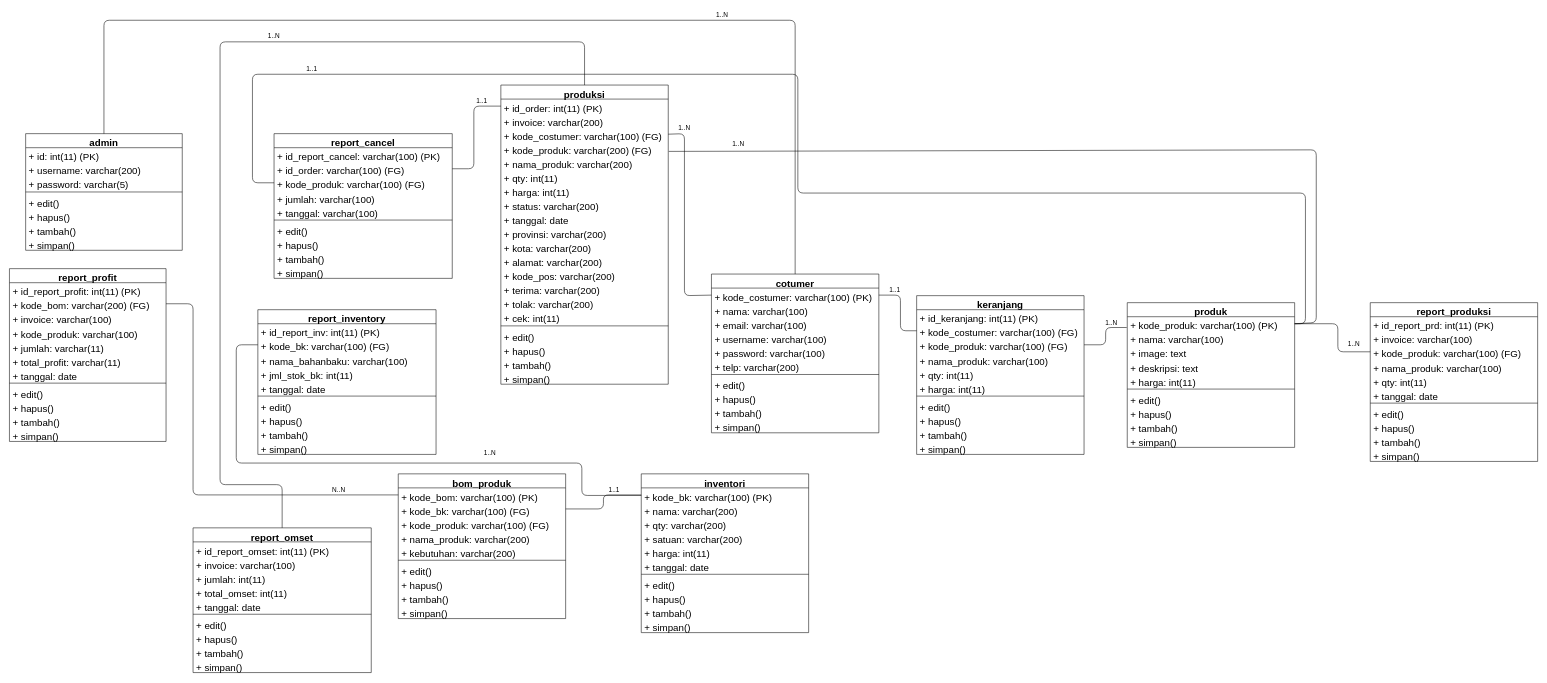
Earlier version of the draw.io diagram page "CD" (2 of 25) of SKRIPSI TOKO KUE/ARSIP/FILE MASTER DESAIN/DIAGRAM SKRIPSI TOKO KUE.drawio (Khairul122/JK-WebTokoOnlineRoti-ED). Source tidied: cells renumbered, new cells numbered last; positions are measured from the earlier drawing's top-left corner, leaving out a move shared by most shapes. Both pictures are drawn from the tidied source at 54%, with x=0, y=0 at pixel (9, 9).
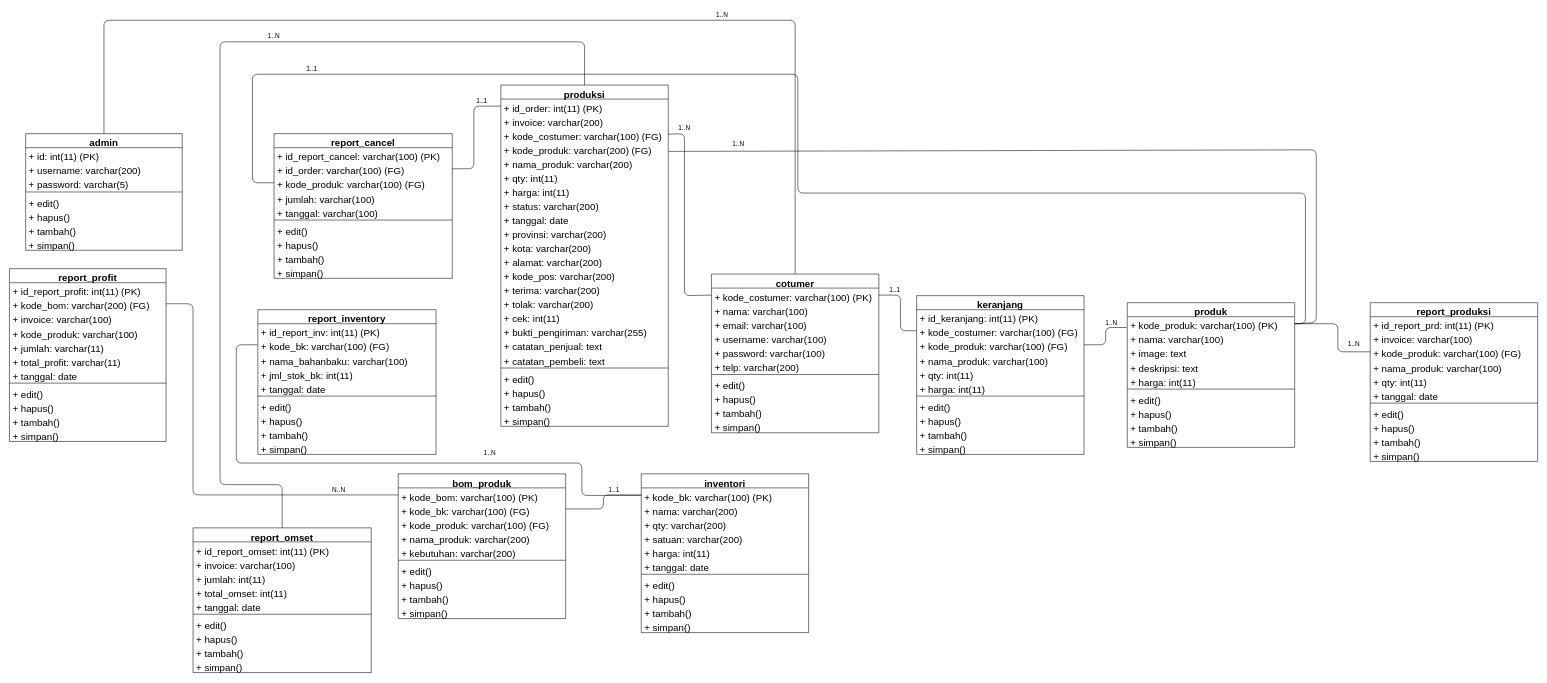
The same page after the edit.

What changed in the source:
```diff
@@
     <mxCell id="75" value="produksi" style="swimlane;fontStyle=1;align=center;verticalAlign=top;horizontal=1;startSize=26;fontSize=18;" parent="1" vertex="1">
-      <mxGeometry x="910" y="140" width="310" height="554" as="geometry" />
+      <mxGeometry x="910" y="140" width="310" height="632" as="geometry" />
     </mxCell>
@@
+    <mxCell id="173" value="+ bukti_pengiriman: varchar(255)" style="text;align=left;verticalAlign=top;spacingLeft=4;spacingRight=4;overflow=hidden;fontSize=18;" parent="75" vertex="1">
+      <mxGeometry y="442" width="310" height="26" as="geometry" />
+    </mxCell>
+    <mxCell id="174" value="+ catatan_penjual: text" style="text;align=left;verticalAlign=top;spacingLeft=4;spacingRight=4;overflow=hidden;fontSize=18;" parent="75" vertex="1">
+      <mxGeometry y="468" width="310" height="26" as="geometry" />
+    </mxCell>
+    <mxCell id="175" value="+ catatan_pembeli: text" style="text;align=left;verticalAlign=top;spacingLeft=4;spacingRight=4;overflow=hidden;fontSize=18;" parent="75" vertex="1">
+      <mxGeometry y="494" width="310" height="26" as="geometry" />
+    </mxCell>
     <mxCell id="92" style="line;strokeWidth=1;align=left;verticalAlign=middle;spacingTop=-1;spacingLeft=3;spacingRight=3;labelPosition=right;fontSize=18;" parent="75" vertex="1">
-      <mxGeometry y="442" width="310" height="8" as="geometry" />
+      <mxGeometry y="520" width="310" height="8" as="geometry" />
     </mxCell>
     <mxCell id="93" value="+ edit()&#10;" style="text;align=left;verticalAlign=top;spacingLeft=4;spacingRight=4;overflow=hidden;fontSize=18;" parent="75" vertex="1">
-      <mxGeometry y="450" width="310" height="26" as="geometry" />
+      <mxGeometry y="528" width="310" height="26" as="geometry" />
     </mxCell>
     <mxCell id="94" value="+ hapus()" style="text;align=left;verticalAlign=top;spacingLeft=4;spacingRight=4;overflow=hidden;fontSize=18;" parent="75" vertex="1">
-      <mxGeometry y="476" width="310" height="26" as="geometry" />
+      <mxGeometry y="554" width="310" height="26" as="geometry" />
     </mxCell>
     <mxCell id="95" value="+ tambah()" style="text;align=left;verticalAlign=top;spacingLeft=4;spacingRight=4;overflow=hidden;fontSize=18;" parent="75" vertex="1">
-      <mxGeometry y="502" width="310" height="26" as="geometry" />
+      <mxGeometry y="580" width="310" height="26" as="geometry" />
     </mxCell>
     <mxCell id="96" value="+ simpan()" style="text;align=left;verticalAlign=top;spacingLeft=4;spacingRight=4;overflow=hidden;fontSize=18;" parent="75" vertex="1">
-      <mxGeometry y="528" width="310" height="26" as="geometry" />
+      <mxGeometry y="606" width="310" height="26" as="geometry" />
     </mxCell>
```
